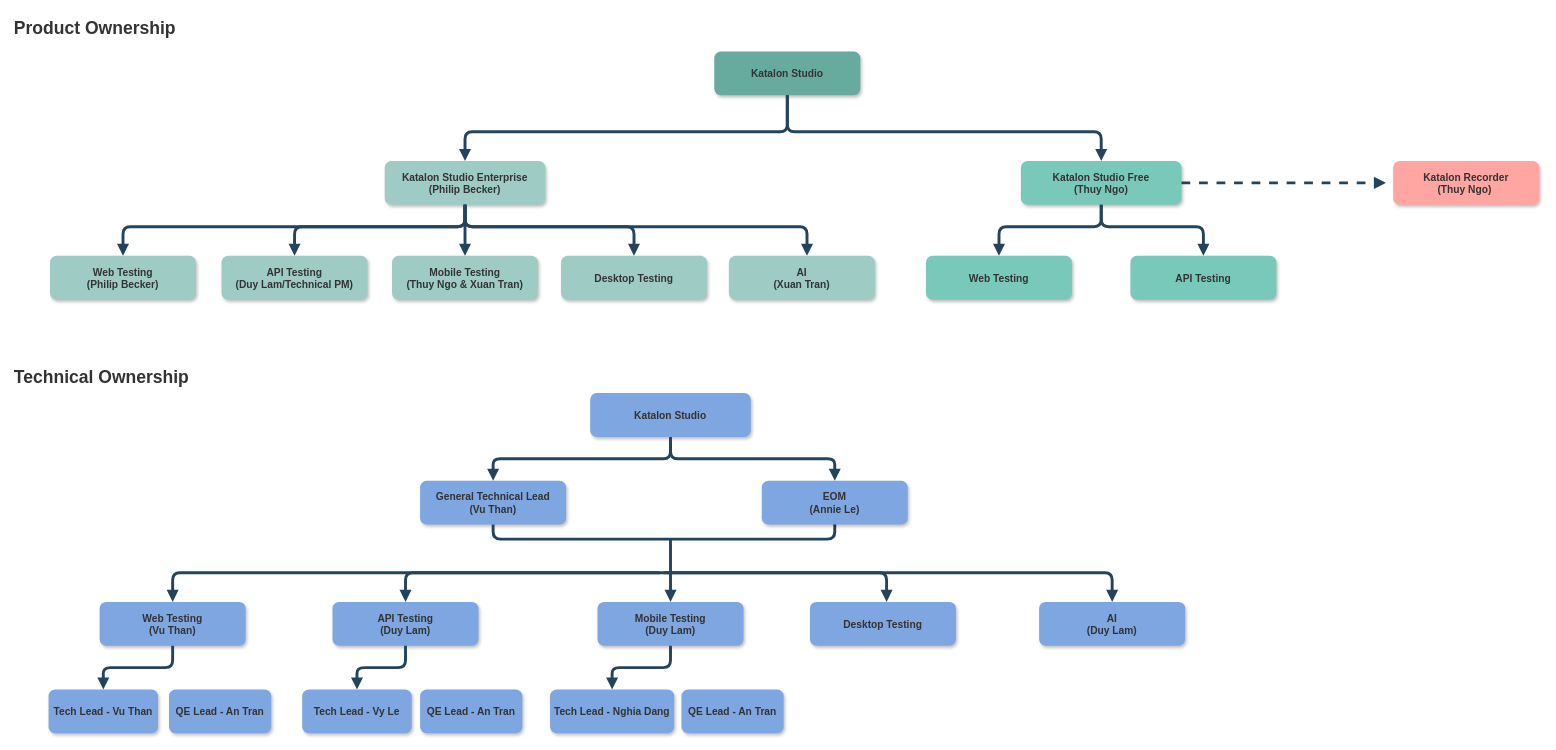
Before: Studio Workstream.drawio in nhpthuy/chart, a draw.io diagram. Source tidied: cells renumbered, new cells numbered last; positions are measured from the earlier drawing's top-left corner, leaving out a move shared by most shapes. Both pictures are drawn from the tidied source at 73%, with x=0, y=0 at pixel (12, 12).
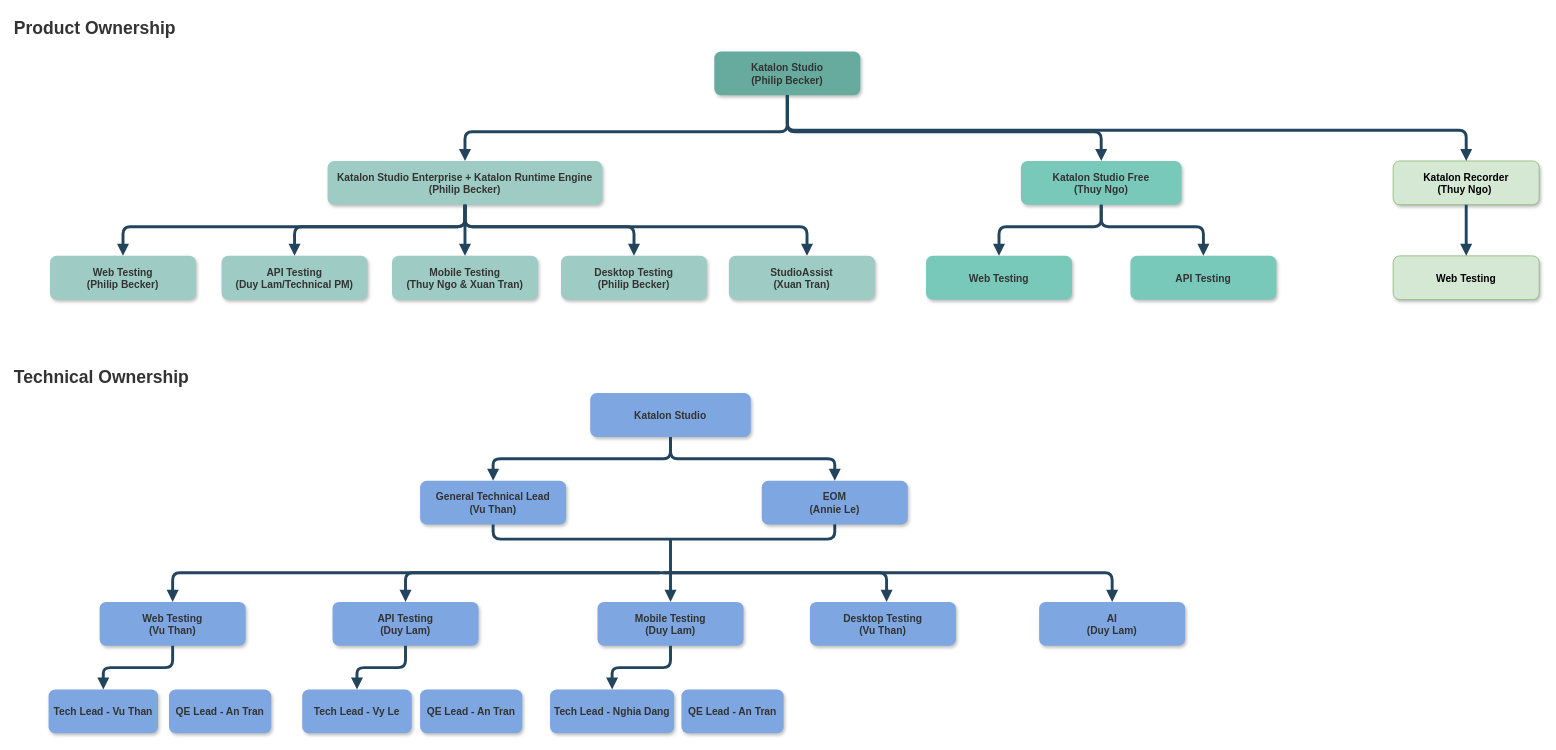
The same diagram, later.

Diff of the diagram source:
```diff
@@
-    <mxCell id="2" value="Katalon Studio" style="rounded=1;fillColor=#67AB9F;strokeColor=none;shadow=1;gradientColor=none;fontStyle=1;fontColor=#333333;fontSize=14;" parent="1" vertex="1">
+    <mxCell id="2" value="Katalon Studio&#10;(Philip Becker)" style="rounded=1;fillColor=#67AB9F;strokeColor=none;shadow=1;gradientColor=none;fontStyle=1;fontColor=#333333;fontSize=14;" parent="1" vertex="1">
       <mxGeometry x="961" y="53" width="200" height="60" as="geometry" />
     </mxCell>
@@
-    <mxCell id="6" value="Katalon Studio Enterprise&#10;(Philip Becker)" style="rounded=1;fillColor=#9ECCC4;strokeColor=none;shadow=1;gradientColor=none;fontStyle=1;fontColor=#333333;fontSize=14;" parent="1" vertex="1">
-      <mxGeometry x="509.5" y="203" width="220" height="60" as="geometry" />
+    <mxCell id="6" value="Katalon Studio Enterprise + Katalon Runtime Engine&#10;(Philip Becker)" style="rounded=1;fillColor=#9ECCC4;strokeColor=none;shadow=1;gradientColor=none;fontStyle=1;fontColor=#333333;fontSize=14;" parent="1" vertex="1">
+      <mxGeometry x="431.2" y="203" width="376.5" height="60" as="geometry" />
     </mxCell>
@@
-    <mxCell id="12" value="Desktop Testing" style="rounded=1;fillColor=#9ECCC4;strokeColor=none;shadow=1;gradientColor=none;fontStyle=1;fontColor=#333333;fontSize=14;" parent="1" vertex="1">
+    <mxCell id="12" value="Desktop Testing&#10;(Philip Becker)" style="rounded=1;fillColor=#9ECCC4;strokeColor=none;shadow=1;gradientColor=none;fontStyle=1;fontColor=#333333;fontSize=14;" parent="1" vertex="1">
       <mxGeometry x="751" y="333" width="200" height="60" as="geometry" />
     </mxCell>
-    <mxCell id="13" style="edgeStyle=elbowEdgeStyle;elbow=vertical;strokeWidth=4;endArrow=block;endFill=1;fontStyle=1;dashed=1;strokeColor=#23445D;entryX=0;entryY=0.5;entryDx=0;entryDy=0;fontColor=#333333;" parent="1" edge="1">
-      <mxGeometry x="22" y="165.5" as="geometry">
-        <mxPoint x="1601" y="233" as="sourcePoint" />
-        <mxPoint x="1881" y="233" as="targetPoint" />
-        <Array as="points">
-          <mxPoint x="1731" y="233" />
-        </Array>
-      </mxGeometry>
-    </mxCell>
-    <mxCell id="14" value="Katalon Recorder&#10;(Thuy Ngo) " style="rounded=1;fillColor=#FFA5A2;strokeColor=none;shadow=1;gradientColor=none;fontStyle=1;fontColor=#333333;fontSize=14;" parent="1" vertex="1">
+    <mxCell id="14" value="Katalon Recorder&#10;(Thuy Ngo) " style="rounded=1;fillColor=#d5e8d4;strokeColor=#82b366;shadow=1;fontStyle=1;fontSize=14;" parent="1" vertex="1">
       <mxGeometry x="1891" y="203" width="200" height="60" as="geometry" />
     </mxCell>
@@
-    <mxCell id="22" value="AI&#10;(Xuan Tran)" style="rounded=1;fillColor=#9ECCC4;strokeColor=none;shadow=1;gradientColor=none;fontStyle=1;fontColor=#333333;fontSize=14;" parent="1" vertex="1">
+    <mxCell id="22" value="StudioAssist&#10;(Xuan Tran)" style="rounded=1;fillColor=#9ECCC4;strokeColor=none;shadow=1;gradientColor=none;fontStyle=1;fontColor=#333333;fontSize=14;" parent="1" vertex="1">
       <mxGeometry x="981" y="333" width="200" height="60" as="geometry" />
     </mxCell>
@@
-    <mxCell id="28" value="Desktop Testing" style="rounded=1;fillColor=#7EA6E0;strokeColor=none;shadow=1;gradientColor=none;fontStyle=1;fontColor=#333333;fontSize=14;" parent="1" vertex="1">
+    <mxCell id="28" value="Desktop Testing&#10;(Vu Than)" style="rounded=1;fillColor=#7EA6E0;strokeColor=none;shadow=1;gradientColor=none;fontStyle=1;fontColor=#333333;fontSize=14;" parent="1" vertex="1">
       <mxGeometry x="1092" y="807" width="200" height="60" as="geometry" />
     </mxCell>
@@
+    <mxCell id="50" style="edgeStyle=elbowEdgeStyle;elbow=vertical;strokeWidth=4;endArrow=block;endFill=1;fontStyle=1;strokeColor=#23445D;exitX=0.5;exitY=1;exitDx=0;exitDy=0;fontColor=#333333;entryX=0.5;entryY=0;entryDx=0;entryDy=0;" parent="1" edge="1" source="2" target="14">
+      <mxGeometry x="22" y="165.5" as="geometry">
+        <Array as="points">
+          <mxPoint x="1526" y="161" />
+        </Array>
+      </mxGeometry>
+    </mxCell>
+    <mxCell id="51" value="Web Testing" style="rounded=1;fillColor=#d5e8d4;strokeColor=#82b366;shadow=1;fontStyle=1;fontSize=14;" parent="1" vertex="1">
+      <mxGeometry x="1891" y="333" width="200" height="60" as="geometry" />
+    </mxCell>
+    <mxCell id="52" style="edgeStyle=elbowEdgeStyle;elbow=vertical;strokeWidth=4;endArrow=block;endFill=1;fontStyle=1;strokeColor=#23445D;entryX=0.5;entryY=0;entryDx=0;entryDy=0;fontColor=#333333;exitX=0.5;exitY=1;exitDx=0;exitDy=0;" parent="1" edge="1" source="14" target="51">
+      <mxGeometry x="22" y="165.5" as="geometry">
+        <Array as="points">
+          <mxPoint x="2086" y="291" />
+        </Array>
+      </mxGeometry>
+    </mxCell>
```
